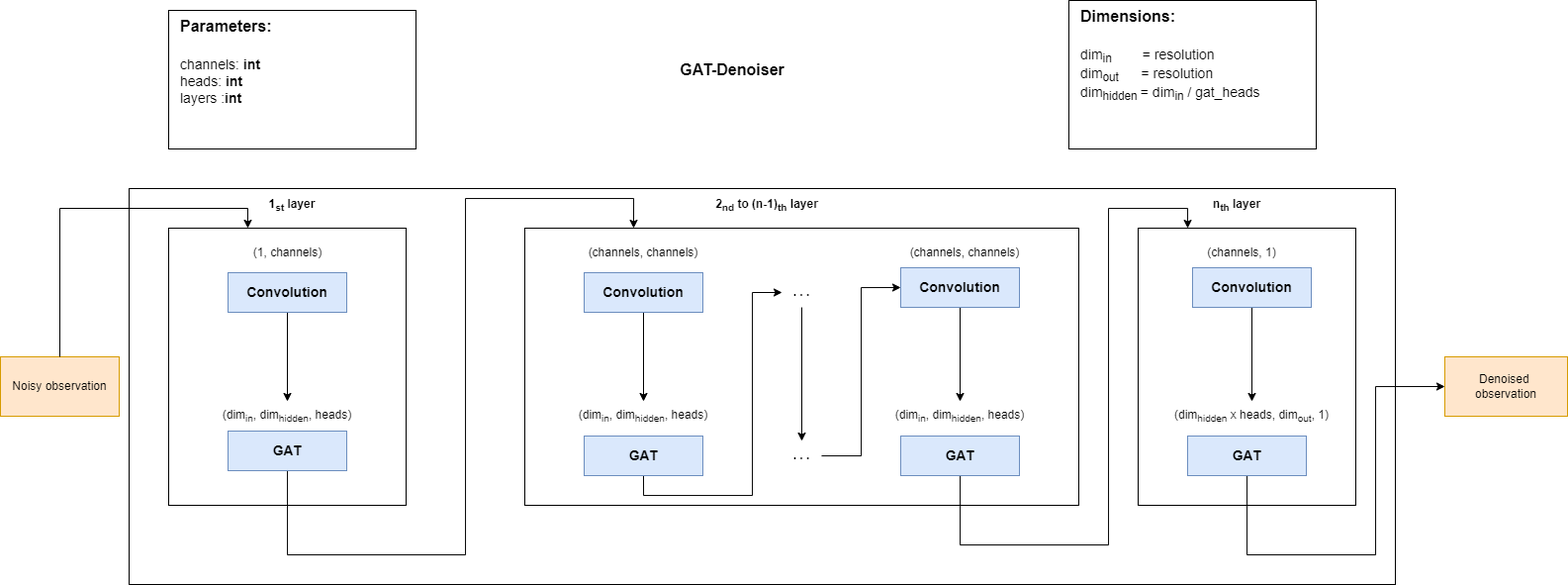
This is documentation/Thesis/Figures/GAT_Architecture_Detail.drawio.png from cedricmendelin/master-thesis, a draw.io export, as it was before one commit. Source tidied: cells renumbered, new cells last; positions are measured from the earlier drawing's top-left corner, leaving out a move shared by most shapes.
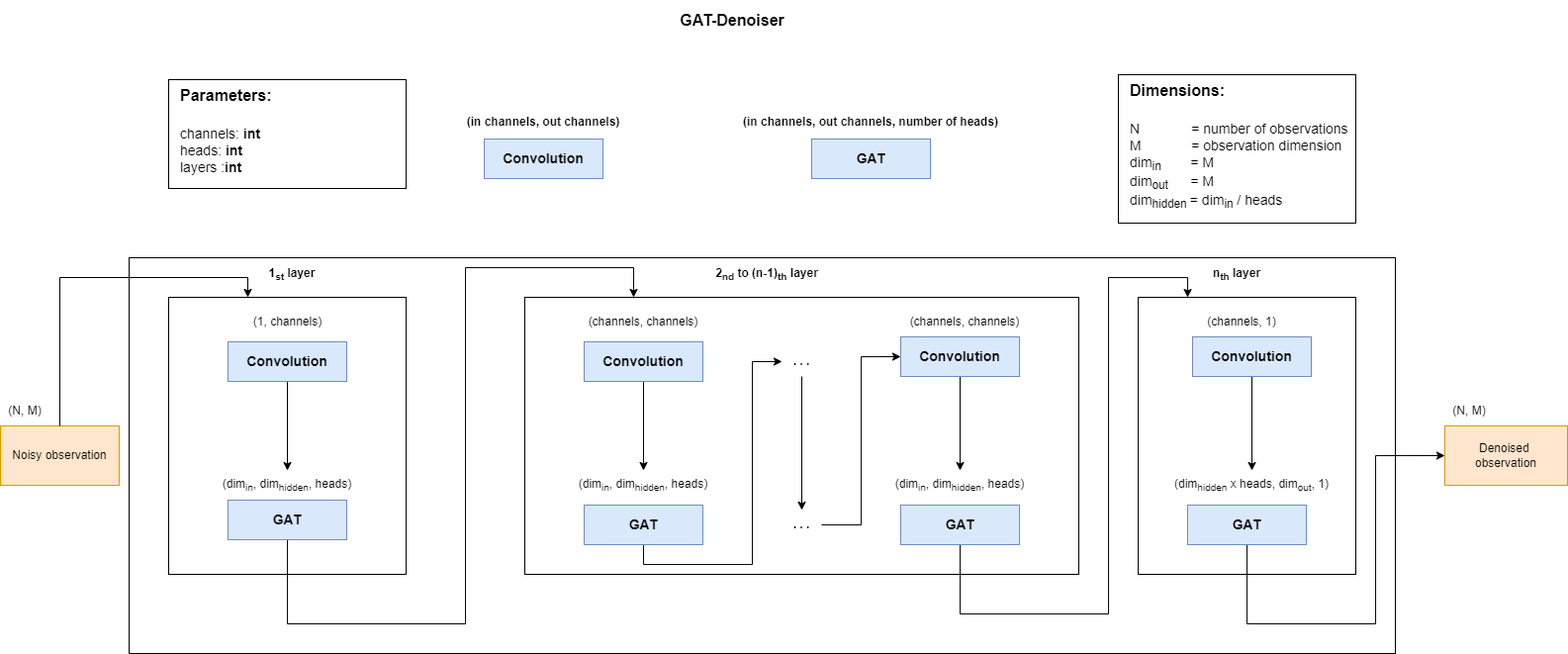
Later version of the same file.

The edit, as a diff of the source:
```diff
@@ -12,7 +12,7 @@
       <mxGeometry x="170" y="230" width="240" height="280" as="geometry" />
     </mxCell>
     <mxCell id="5" value="GAT-Denoiser" style="text;html=1;strokeColor=none;fillColor=none;align=center;verticalAlign=middle;whiteSpace=wrap;rounded=0;fontStyle=1;fontSize=16;" parent="1" vertex="1">
-      <mxGeometry x="640" y="50" width="200" height="40" as="geometry" />
+      <mxGeometry x="640" y="-70" width="200" height="40" as="geometry" />
     </mxCell>
     <mxCell id="6" value="Noisy observation" style="rounded=0;whiteSpace=wrap;html=1;fillColor=#ffe6cc;strokeColor=#d79b00;" parent="1" vertex="1">
       <mxGeometry y="360" width="120" height="60" as="geometry" />
@@ -45,7 +45,7 @@
       <mxGeometry x="230" y="275" width="120" height="40" as="geometry" />
     </mxCell>
     <mxCell id="14" style="rounded=0;whiteSpace=wrap;html=1;fontSize=14;align=left;" parent="1" vertex="1">
-      <mxGeometry x="170" y="10" width="250" height="140" as="geometry" />
+      <mxGeometry x="170" y="10" width="240" height="110" as="geometry" />
     </mxCell>
     <mxCell id="15" value="&lt;span style=&quot;color: rgb(0, 0, 0); font-family: Helvetica; font-size: 16px; font-style: normal; font-variant-ligatures: normal; font-variant-caps: normal; letter-spacing: normal; orphans: 2; text-align: left; text-indent: 0px; text-transform: none; widows: 2; word-spacing: 0px; -webkit-text-stroke-width: 0px; text-decoration-thickness: initial; text-decoration-style: initial; text-decoration-color: initial; float: none; display: inline !important; background-color: rgb(255, 255, 255);&quot;&gt;Parameters:&lt;/span&gt;" style="text;whiteSpace=wrap;html=1;fontSize=16;fontStyle=1;" parent="1" vertex="1">
       <mxGeometry x="180" y="10" width="180" height="30" as="geometry" />
@@ -54,13 +54,13 @@
       <mxGeometry x="180" y="50" width="200" height="60" as="geometry" />
     </mxCell>
     <mxCell id="17" style="rounded=0;whiteSpace=wrap;html=1;fontSize=14;align=left;fillColor=default;strokeColor=default;gradientColor=none;" parent="1" vertex="1">
-      <mxGeometry x="1080" width="250" height="150" as="geometry" />
+      <mxGeometry x="1130" y="5" width="240" height="150" as="geometry" />
     </mxCell>
     <mxCell id="18" value="&lt;span style=&quot;color: rgb(0, 0, 0); font-family: Helvetica; font-size: 16px; font-style: normal; font-variant-ligatures: normal; font-variant-caps: normal; letter-spacing: normal; orphans: 2; text-align: left; text-indent: 0px; text-transform: none; widows: 2; word-spacing: 0px; -webkit-text-stroke-width: 0px; text-decoration-thickness: initial; text-decoration-style: initial; text-decoration-color: initial; float: none; display: inline !important; background-color: rgb(255, 255, 255);&quot;&gt;Dimensions:&lt;/span&gt;" style="text;whiteSpace=wrap;html=1;fontSize=16;fontStyle=1;" parent="1" vertex="1">
-      <mxGeometry x="1090" width="180" height="30" as="geometry" />
+      <mxGeometry x="1140" y="5" width="180" height="30" as="geometry" />
     </mxCell>
-    <mxCell id="19" value="&lt;span style=&quot;background-color: rgb(255, 255, 255);&quot;&gt;&lt;span style=&quot;color: rgb(0, 0, 0); font-family: Helvetica; font-size: 14px; font-style: normal; font-variant-ligatures: normal; font-variant-caps: normal; font-weight: 400; letter-spacing: normal; orphans: 2; text-align: left; text-indent: 0px; text-transform: none; widows: 2; word-spacing: 0px; -webkit-text-stroke-width: 0px; text-decoration-thickness: initial; text-decoration-style: initial; text-decoration-color: initial; float: none; display: inline !important;&quot;&gt;dim&lt;sub style=&quot;&quot;&gt;in&lt;/sub&gt;&amp;nbsp; &amp;nbsp; &amp;nbsp; &amp;nbsp; = resolution&lt;/span&gt;&lt;br style=&quot;color: rgb(0, 0, 0); font-family: Helvetica; font-size: 14px; font-style: normal; font-variant-ligatures: normal; font-variant-caps: normal; font-weight: 400; letter-spacing: normal; orphans: 2; text-align: left; text-indent: 0px; text-transform: none; widows: 2; word-spacing: 0px; -webkit-text-stroke-width: 0px; text-decoration-thickness: initial; text-decoration-style: initial; text-decoration-color: initial;&quot;&gt;&lt;span style=&quot;color: rgb(0, 0, 0); font-family: Helvetica; font-size: 14px; font-style: normal; font-variant-ligatures: normal; font-variant-caps: normal; font-weight: 400; letter-spacing: normal; orphans: 2; text-align: left; text-indent: 0px; text-transform: none; widows: 2; word-spacing: 0px; -webkit-text-stroke-width: 0px; text-decoration-thickness: initial; text-decoration-style: initial; text-decoration-color: initial; float: none; display: inline !important;&quot;&gt;dim&lt;sub&gt;out&amp;nbsp; &amp;nbsp; &amp;nbsp; &amp;nbsp;&lt;/sub&gt;= resolution&lt;/span&gt;&lt;br style=&quot;color: rgb(0, 0, 0); font-family: Helvetica; font-size: 14px; font-style: normal; font-variant-ligatures: normal; font-variant-caps: normal; font-weight: 400; letter-spacing: normal; orphans: 2; text-align: left; text-indent: 0px; text-transform: none; widows: 2; word-spacing: 0px; -webkit-text-stroke-width: 0px; text-decoration-thickness: initial; text-decoration-style: initial; text-decoration-color: initial;&quot;&gt;&lt;/span&gt;&lt;span style=&quot;color: rgb(0, 0, 0); font-family: Helvetica; font-size: 14px; font-style: normal; font-variant-ligatures: normal; font-variant-caps: normal; font-weight: 400; letter-spacing: normal; orphans: 2; text-align: left; text-indent: 0px; text-transform: none; widows: 2; word-spacing: 0px; -webkit-text-stroke-width: 0px; text-decoration-thickness: initial; text-decoration-style: initial; text-decoration-color: initial; float: none; display: inline !important;&quot;&gt;&lt;span style=&quot;background-color: rgb(255, 255, 255);&quot;&gt;dim&lt;sub style=&quot;&quot;&gt;hidden&amp;nbsp;&lt;/sub&gt;= dim&lt;sub style=&quot;&quot;&gt;in&lt;/sub&gt; / gat_heads&lt;br&gt;&lt;/span&gt;&lt;br&gt;&lt;/span&gt;" style="text;whiteSpace=wrap;html=1;fontSize=14;fillColor=none;" parent="1" vertex="1">
-      <mxGeometry x="1090" y="40" width="230" height="60" as="geometry" />
+    <mxCell id="19" value="&lt;span style=&quot;background-color: rgb(255, 255, 255);&quot;&gt;&lt;span style=&quot;color: rgb(0, 0, 0); font-family: Helvetica; font-size: 14px; font-style: normal; font-variant-ligatures: normal; font-variant-caps: normal; font-weight: 400; letter-spacing: normal; orphans: 2; text-align: left; text-indent: 0px; text-transform: none; widows: 2; word-spacing: 0px; -webkit-text-stroke-width: 0px; text-decoration-thickness: initial; text-decoration-style: initial; text-decoration-color: initial; float: none; display: inline !important;&quot;&gt;N&lt;span style=&quot;white-space: pre;&quot;&gt;&#9;&lt;/span&gt;&lt;span style=&quot;white-space: pre;&quot;&gt;&#9;&lt;/span&gt;= number of observations&amp;nbsp;&lt;br&gt;M&lt;span style=&quot;white-space: pre;&quot;&gt;&#9;&lt;/span&gt;&lt;span style=&quot;white-space: pre;&quot;&gt;&#9;&lt;/span&gt;= observation dimension&amp;nbsp;&lt;br&gt;dim&lt;sub style=&quot;&quot;&gt;in&lt;span style=&quot;white-space: pre;&quot;&gt;&#9;&lt;/span&gt;&amp;nbsp; &amp;nbsp;&lt;/sub&gt;= M&lt;/span&gt;&lt;br style=&quot;color: rgb(0, 0, 0); font-family: Helvetica; font-size: 14px; font-style: normal; font-variant-ligatures: normal; font-variant-caps: normal; font-weight: 400; letter-spacing: normal; orphans: 2; text-align: left; text-indent: 0px; text-transform: none; widows: 2; word-spacing: 0px; -webkit-text-stroke-width: 0px; text-decoration-thickness: initial; text-decoration-style: initial; text-decoration-color: initial;&quot;&gt;&lt;span style=&quot;color: rgb(0, 0, 0); font-family: Helvetica; font-size: 14px; font-style: normal; font-variant-ligatures: normal; font-variant-caps: normal; font-weight: 400; letter-spacing: normal; orphans: 2; text-align: left; text-indent: 0px; text-transform: none; widows: 2; word-spacing: 0px; -webkit-text-stroke-width: 0px; text-decoration-thickness: initial; text-decoration-style: initial; text-decoration-color: initial; float: none; display: inline !important;&quot;&gt;dim&lt;sub&gt;out&amp;nbsp; &amp;nbsp; &amp;nbsp; &amp;nbsp;&lt;/sub&gt;= M&lt;/span&gt;&lt;br style=&quot;color: rgb(0, 0, 0); font-family: Helvetica; font-size: 14px; font-style: normal; font-variant-ligatures: normal; font-variant-caps: normal; font-weight: 400; letter-spacing: normal; orphans: 2; text-align: left; text-indent: 0px; text-transform: none; widows: 2; word-spacing: 0px; -webkit-text-stroke-width: 0px; text-decoration-thickness: initial; text-decoration-style: initial; text-decoration-color: initial;&quot;&gt;&lt;/span&gt;&lt;span style=&quot;color: rgb(0, 0, 0); font-family: Helvetica; font-size: 14px; font-style: normal; font-variant-ligatures: normal; font-variant-caps: normal; font-weight: 400; letter-spacing: normal; orphans: 2; text-align: left; text-indent: 0px; text-transform: none; widows: 2; word-spacing: 0px; -webkit-text-stroke-width: 0px; text-decoration-thickness: initial; text-decoration-style: initial; text-decoration-color: initial; float: none; display: inline !important;&quot;&gt;&lt;span style=&quot;background-color: rgb(255, 255, 255);&quot;&gt;dim&lt;sub style=&quot;&quot;&gt;hidden&amp;nbsp;&lt;/sub&gt;= dim&lt;sub style=&quot;&quot;&gt;in&lt;/sub&gt; / heads&lt;br&gt;&lt;/span&gt;&lt;br&gt;&lt;/span&gt;" style="text;whiteSpace=wrap;html=1;fontSize=14;fillColor=none;" parent="1" vertex="1">
+      <mxGeometry x="1140" y="45" width="230" height="100" as="geometry" />
     </mxCell>
     <mxCell id="20" style="edgeStyle=orthogonalEdgeStyle;rounded=0;jettySize=auto;html=1;fontSize=12;" parent="1" edge="1" source="21" target="42">
       <mxGeometry relative="1" as="geometry">
@@ -180,5 +180,23 @@
     <mxCell id="49" style="shape=waypoint;sketch=0;size=6;points=[];fillColor=none;perimeter=centerPerimeter;snapToPoint=1;fontSize=14;strokeColor=none;rounded=0;fontStyle=1;" parent="1" vertex="1">
       <mxGeometry x="1440" y="370" width="40" height="40" as="geometry" />
     </mxCell>
+    <mxCell id="50" value="(N, M)" style="text;html=1;strokeColor=none;fillColor=none;align=center;verticalAlign=middle;whiteSpace=wrap;rounded=0;" parent="1" vertex="1">
+      <mxGeometry y="330" width="50" height="30" as="geometry" />
+    </mxCell>
+    <mxCell id="51" value="(N, M)" style="text;html=1;strokeColor=none;fillColor=none;align=center;verticalAlign=middle;whiteSpace=wrap;rounded=0;" parent="1" vertex="1">
+      <mxGeometry x="1460" y="330" width="50" height="30" as="geometry" />
+    </mxCell>
+    <mxCell id="52" value="(in channels, out channels)" style="text;html=1;strokeColor=none;fillColor=none;align=center;verticalAlign=middle;whiteSpace=wrap;rounded=0;fontStyle=1;" parent="1" vertex="1">
+      <mxGeometry x="458" y="37.5" width="182" height="30" as="geometry" />
+    </mxCell>
+    <mxCell id="53" value="Convolution" style="rounded=0;whiteSpace=wrap;html=1;fillColor=#dae8fc;strokeColor=#6c8ebf;fontStyle=1;fontSize=14;verticalAlign=middle;" parent="1" vertex="1">
+      <mxGeometry x="489" y="70" width="120" height="40" as="geometry" />
+    </mxCell>
+    <mxCell id="54" value="GAT" style="rounded=0;whiteSpace=wrap;html=1;fillColor=#dae8fc;strokeColor=#6c8ebf;fontStyle=1;fontSize=14;" parent="1" vertex="1">
+      <mxGeometry x="820" y="70" width="120" height="40" as="geometry" />
+    </mxCell>
+    <mxCell id="55" value="(in channels, out channels, number of heads)" style="text;html=1;strokeColor=none;fillColor=none;align=center;verticalAlign=middle;whiteSpace=wrap;rounded=0;fontStyle=1;" parent="1" vertex="1">
+      <mxGeometry x="740" y="37.5" width="280" height="30" as="geometry" />
+    </mxCell>
   </root>
 </mxGraphModel>
```
